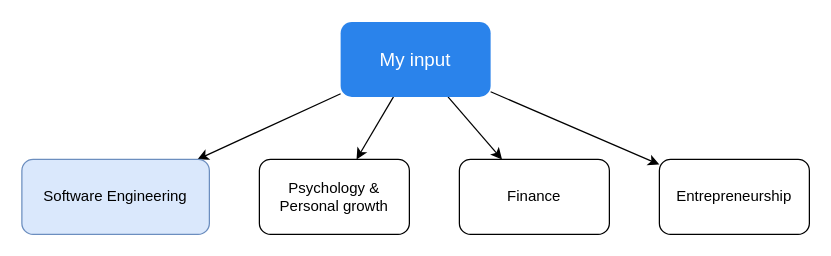
This is My input.drawio from alfonsograziano/personal-blog, a draw.io file, before an edit. Source tidied: cells renumbered, new cells numbered last; positions are measured from the earlier drawing's top-left corner, leaving out a move shared by most shapes. Both pictures are drawn from the tidied source at 125%, with x=0, y=0 at pixel (21, 21).
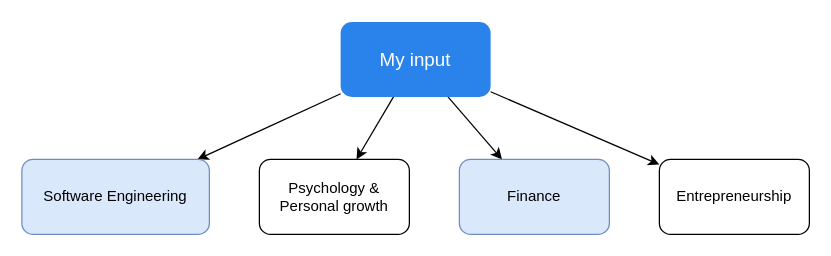
After the change.

The edit, as a diff of the source:
```diff
@@
 <mxGraphModel>
   <root>
     <mxCell id="0" />
     <mxCell id="1" parent="0" />
     <mxCell id="2" style="rounded=0;jettySize=auto;html=1;" parent="1" edge="1" source="6" target="7">
       <mxGeometry relative="1" as="geometry" />
     </mxCell>
     <mxCell id="3" style="edgeStyle=none;rounded=0;jettySize=auto;html=1;" parent="1" edge="1" source="6" target="8">
       <mxGeometry relative="1" as="geometry" />
     </mxCell>
     <mxCell id="4" style="edgeStyle=none;rounded=0;jettySize=auto;html=1;" parent="1" edge="1" source="6" target="9">
       <mxGeometry relative="1" as="geometry" />
     </mxCell>
     <mxCell id="5" style="edgeStyle=none;rounded=0;jettySize=auto;html=1;" parent="1" edge="1" source="6" target="10">
       <mxGeometry relative="1" as="geometry" />
     </mxCell>
     <mxCell id="6" value="My input" style="rounded=1;whiteSpace=wrap;html=1;fontSize=15;fillColor=#2a83eb;strokeColor=none;fontColor=#ffffff;" parent="1" vertex="1">
       <mxGeometry x="255" width="120" height="60" as="geometry" />
     </mxCell>
     <mxCell id="7" value="Software Engineering" style="rounded=1;whiteSpace=wrap;html=1;fillColor=#dae8fc;strokeColor=#6c8ebf;" parent="1" vertex="1">
       <mxGeometry y="110" width="150" height="60" as="geometry" />
     </mxCell>
     <mxCell id="8" value="Psychology &amp;amp; Personal growth" style="rounded=1;whiteSpace=wrap;html=1;" parent="1" vertex="1">
       <mxGeometry x="190" y="110" width="120" height="60" as="geometry" />
     </mxCell>
-    <mxCell id="9" value="Finance" style="rounded=1;whiteSpace=wrap;html=1;" parent="1" vertex="1">
+    <mxCell id="9" value="Finance" style="rounded=1;whiteSpace=wrap;html=1;fillColor=#dae8fc;strokeColor=#6c8ebf;" parent="1" vertex="1">
       <mxGeometry x="350" y="110" width="120" height="60" as="geometry" />
     </mxCell>
     <mxCell id="10" value="Entrepreneurship" style="rounded=1;whiteSpace=wrap;html=1;" parent="1" vertex="1">
       <mxGeometry x="510" y="110" width="120" height="60" as="geometry" />
     </mxCell>
   </root>
 </mxGraphModel>
```
